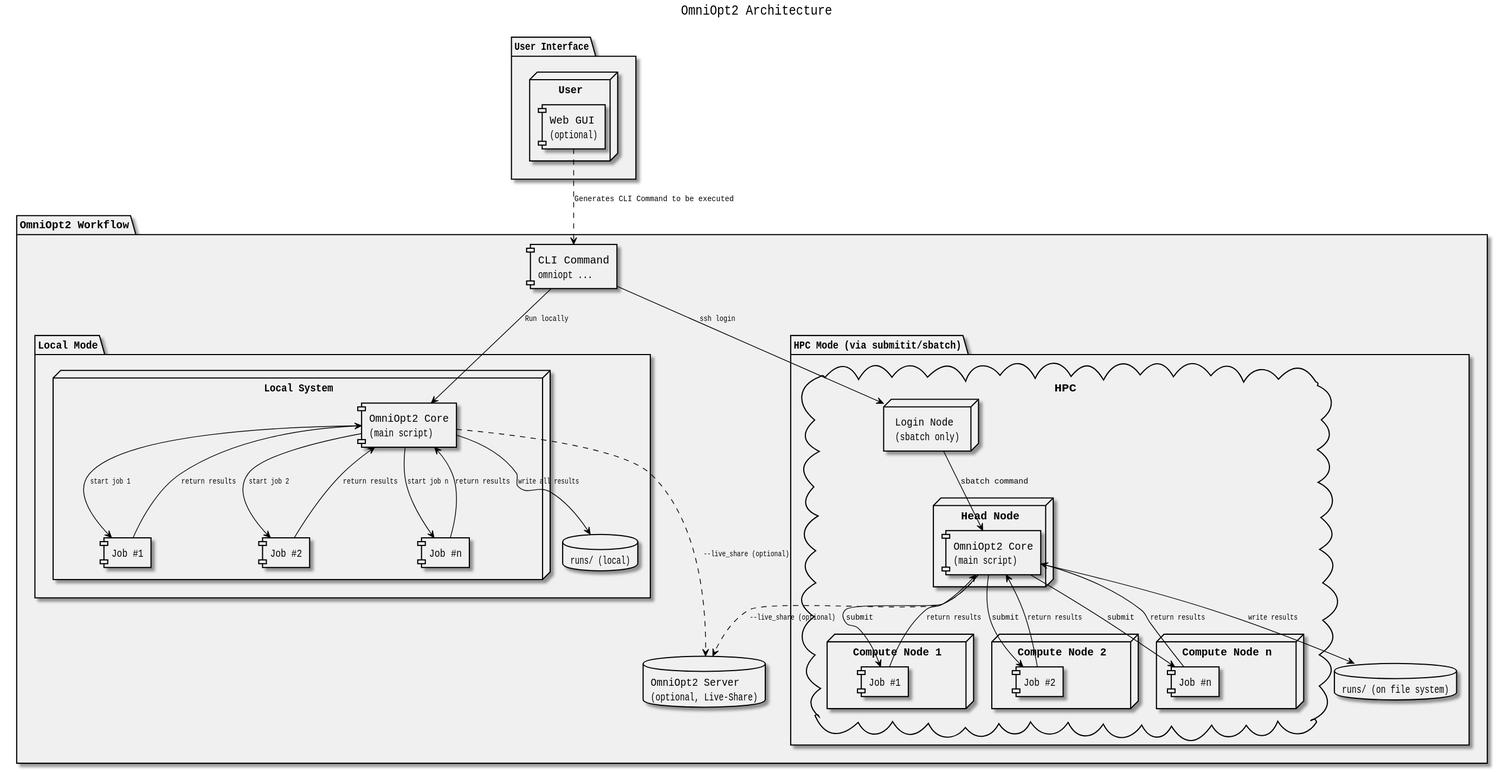
Before: .gui/documentation/output_light/architecture.svg, a diagram exported from PlantUML (NormanTUD/OmniOpt).
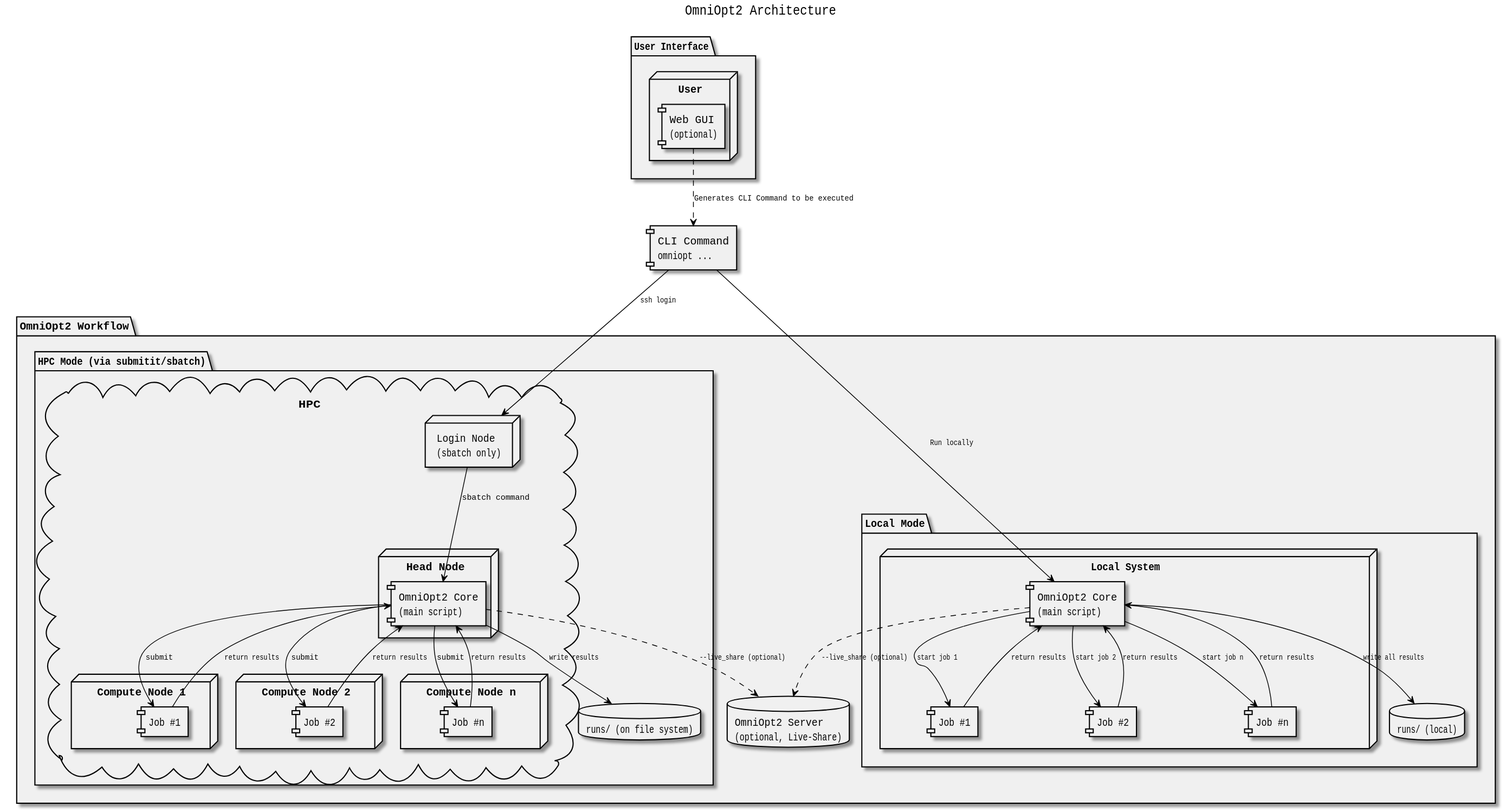
The same diagram one commit later.

Diff of the diagram source:
```diff
@@ -34,9 +34,10 @@
   }
 }
 
+component "CLI Command\nomniopt ..." as CLI
+
 package "OmniOpt2 Workflow" {
 
-  component "CLI Command\nomniopt ..." as CLI
 
   GUI ..> CLI : Generates CLI Command to be executed
 
```
